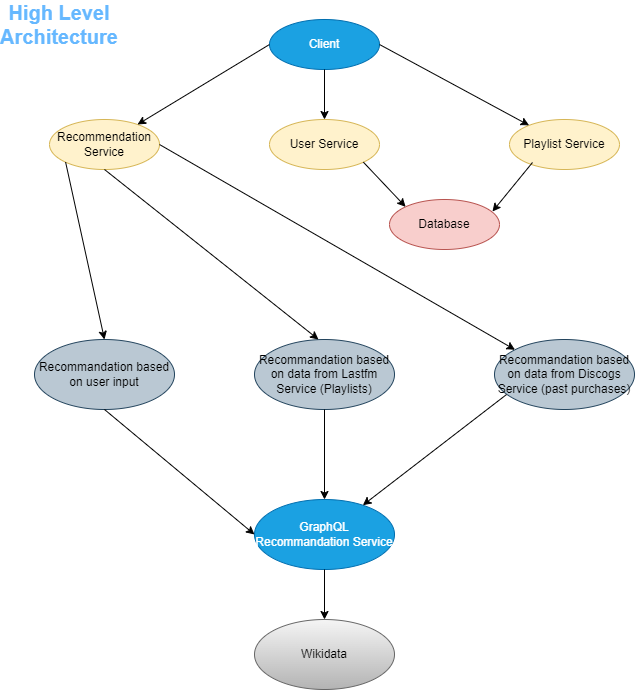
Earlier version of the draw.io export Final Deliverables Solution S/Scholarly HTML technical report/Resources/High Level Architecture.drawio.png (andreiprepelita/VireWade). Source tidied: cells renumbered, new cells last; positions are measured from the earlier drawing's top-left corner, leaving out a move shared by most shapes.
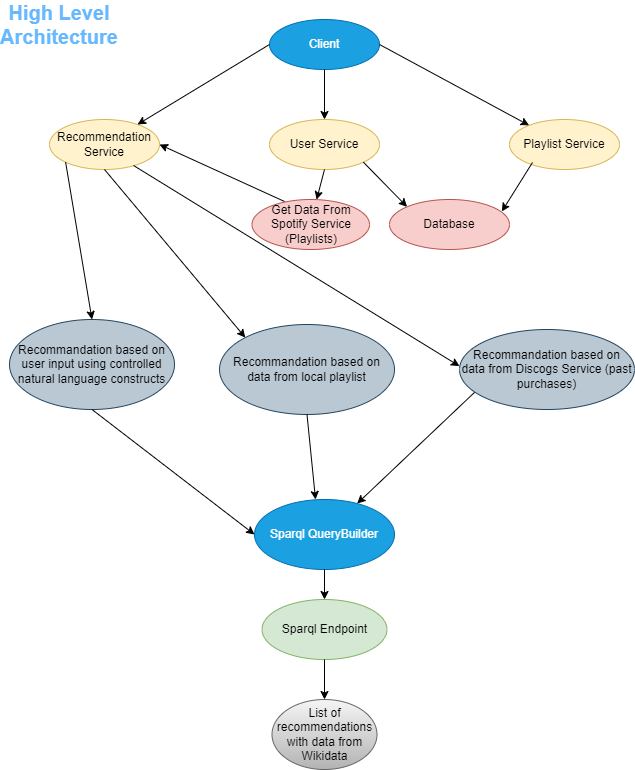
The same file after the commit.

What changed in the source:
```diff
@@ -15,7 +15,7 @@
       <mxGeometry x="480" y="110" width="110" height="50" as="geometry" />
     </mxCell>
     <mxCell id="6" value="Database" style="ellipse;whiteSpace=wrap;html=1;fillColor=#f8cecc;strokeColor=#b85450;" parent="1" vertex="1">
-      <mxGeometry x="360" y="190" width="110" height="50" as="geometry" />
+      <mxGeometry x="360" y="190" width="120" height="50" as="geometry" />
     </mxCell>
     <mxCell id="7" style="endArrow=classic;html=1;rounded=0;exitX=1;exitY=1;exitDx=0;exitDy=0;entryX=0;entryY=0;entryDx=0;entryDy=0;" parent="1" edge="1" source="3" target="6">
       <mxGeometry relative="1" as="geometry" />
@@ -32,44 +32,61 @@
     <mxCell id="11" style="endArrow=classic;html=1;rounded=0;exitX=1;exitY=0.5;exitDx=0;exitDy=0;" parent="1" edge="1" source="2" target="5">
       <mxGeometry relative="1" as="geometry" />
     </mxCell>
-    <mxCell id="12" value="Recommandation based on user input" style="ellipse;whiteSpace=wrap;html=1;fillColor=#bac8d3;strokeColor=#23445d;" parent="1" vertex="1">
-      <mxGeometry x="5" y="330" width="140" height="70" as="geometry" />
+    <mxCell id="12" value="Recommandation based on user input using&amp;nbsp;controlled natural language constructs" style="ellipse;whiteSpace=wrap;html=1;fillColor=#bac8d3;strokeColor=#23445d;" parent="1" vertex="1">
+      <mxGeometry x="-20" y="310" width="165" height="90" as="geometry" />
     </mxCell>
-    <mxCell id="13" value="Recommandation based on data from Lastfm Service (Playlists)" style="ellipse;whiteSpace=wrap;html=1;fillColor=#bac8d3;strokeColor=#23445d;" parent="1" vertex="1">
-      <mxGeometry x="225" y="330" width="140" height="70" as="geometry" />
+    <mxCell id="13" value="Recommandation based on data from local playlist" style="ellipse;whiteSpace=wrap;html=1;fillColor=#bac8d3;strokeColor=#23445d;" parent="1" vertex="1">
+      <mxGeometry x="190" y="315" width="175" height="90" as="geometry" />
     </mxCell>
     <mxCell id="14" value="Recommandation based on data from Discogs Service (past purchases)" style="ellipse;whiteSpace=wrap;html=1;fillColor=#bac8d3;strokeColor=#23445d;" parent="1" vertex="1">
-      <mxGeometry x="465" y="330" width="140" height="70" as="geometry" />
+      <mxGeometry x="430" y="320" width="175" height="80" as="geometry" />
     </mxCell>
     <mxCell id="15" style="endArrow=classic;html=1;rounded=0;exitX=0;exitY=1;exitDx=0;exitDy=0;entryX=0.5;entryY=0;entryDx=0;entryDy=0;" parent="1" edge="1" source="4" target="12">
       <mxGeometry relative="1" as="geometry" />
     </mxCell>
-    <mxCell id="16" style="endArrow=classic;html=1;rounded=0;exitX=0.5;exitY=1;exitDx=0;exitDy=0;entryX=0.457;entryY=0;entryDx=0;entryDy=0;entryPerimeter=0;" parent="1" edge="1" source="4" target="13">
+    <mxCell id="16" style="endArrow=classic;html=1;rounded=0;exitX=0.5;exitY=1;exitDx=0;exitDy=0;entryX=0;entryY=0;entryDx=0;entryDy=0;" parent="1" edge="1" source="4" target="13">
       <mxGeometry relative="1" as="geometry" />
     </mxCell>
-    <mxCell id="17" style="endArrow=classic;html=1;rounded=0;exitX=1;exitY=0.5;exitDx=0;exitDy=0;entryX=0;entryY=0;entryDx=0;entryDy=0;" parent="1" edge="1" source="4" target="14">
-      <mxGeometry relative="1" as="geometry" />
+    <mxCell id="17" style="endArrow=classic;html=1;rounded=0;exitX=0.764;exitY=0.92;exitDx=0;exitDy=0;entryX=0;entryY=0;entryDx=0;entryDy=0;exitPerimeter=0;" parent="1" edge="1" source="4">
+      <mxGeometry relative="1" as="geometry">
+        <mxPoint x="430" y="356.6" as="targetPoint" />
+      </mxGeometry>
     </mxCell>
-    <mxCell id="18" value="GraphQL Recommandation Service" style="ellipse;whiteSpace=wrap;html=1;fillColor=#1ba1e2;fontColor=#ffffff;strokeColor=#006EAF;" parent="1" vertex="1">
+    <mxCell id="18" value="Sparql QueryBuilder" style="ellipse;whiteSpace=wrap;html=1;fillColor=#1ba1e2;fontColor=#ffffff;strokeColor=#006EAF;" parent="1" vertex="1">
       <mxGeometry x="225" y="490" width="140" height="70" as="geometry" />
     </mxCell>
-    <mxCell id="19" value="Wikidata" style="ellipse;whiteSpace=wrap;html=1;fillColor=#f5f5f5;gradientColor=#b3b3b3;strokeColor=#666666;" parent="1" vertex="1">
-      <mxGeometry x="225" y="610" width="140" height="70" as="geometry" />
+    <mxCell id="19" value="List of recommendations with data from Wikidata" style="ellipse;whiteSpace=wrap;html=1;fillColor=#f5f5f5;gradientColor=#b3b3b3;strokeColor=#666666;" parent="1" vertex="1">
+      <mxGeometry x="242.5" y="690" width="105" height="70" as="geometry" />
     </mxCell>
     <mxCell id="20" style="endArrow=classic;html=1;rounded=0;exitX=0.5;exitY=1;exitDx=0;exitDy=0;entryX=0;entryY=0.5;entryDx=0;entryDy=0;" parent="1" edge="1" source="12" target="18">
       <mxGeometry relative="1" as="geometry" />
     </mxCell>
-    <mxCell id="21" style="endArrow=classic;html=1;rounded=0;exitX=0.5;exitY=1;exitDx=0;exitDy=0;entryX=0.5;entryY=0;entryDx=0;entryDy=0;" parent="1" edge="1" source="13" target="18">
+    <mxCell id="21" style="endArrow=classic;html=1;rounded=0;exitX=0.5;exitY=1;exitDx=0;exitDy=0;entryX=0.436;entryY=0;entryDx=0;entryDy=0;entryPerimeter=0;" parent="1" edge="1" source="13" target="18">
       <mxGeometry relative="1" as="geometry" />
     </mxCell>
     <mxCell id="22" style="endArrow=classic;html=1;rounded=0;exitX=0.086;exitY=0.786;exitDx=0;exitDy=0;exitPerimeter=0;" parent="1" edge="1" source="14" target="18">
       <mxGeometry relative="1" as="geometry" />
     </mxCell>
-    <mxCell id="23" style="endArrow=classic;html=1;rounded=0;exitX=0.5;exitY=1;exitDx=0;exitDy=0;entryX=0.5;entryY=0;entryDx=0;entryDy=0;" parent="1" edge="1" source="18" target="19">
-      <mxGeometry relative="1" as="geometry" />
-    </mxCell>
     <mxCell id="24" value="&lt;font color=&quot;#66b8ff&quot; style=&quot;font-size: 20px;&quot;&gt;&lt;b&gt;High Level Architecture&lt;/b&gt;&lt;/font&gt;" style="text;html=1;strokeColor=none;fillColor=none;align=center;verticalAlign=middle;whiteSpace=wrap;rounded=0;" parent="1" vertex="1">
       <mxGeometry width="60" height="30" as="geometry" />
     </mxCell>
+    <mxCell id="25" value="Sparql Endpoint" style="ellipse;whiteSpace=wrap;html=1;fillColor=#d5e8d4;strokeColor=#82b366;" parent="1" vertex="1">
+      <mxGeometry x="232.5" y="590" width="125" height="60" as="geometry" />
+    </mxCell>
+    <mxCell id="26" style="endArrow=classic;html=1;rounded=0;exitX=0.5;exitY=1;exitDx=0;exitDy=0;entryX=0.5;entryY=0;entryDx=0;entryDy=0;" parent="1" edge="1" source="18" target="25">
+      <mxGeometry relative="1" as="geometry" />
+    </mxCell>
+    <mxCell id="27" style="endArrow=classic;html=1;rounded=0;exitX=0.5;exitY=1;exitDx=0;exitDy=0;entryX=0.5;entryY=0;entryDx=0;entryDy=0;" parent="1" edge="1" source="25" target="19">
+      <mxGeometry relative="1" as="geometry" />
+    </mxCell>
+    <mxCell id="28" value="Get Data From Spotify Service (Playlists)" style="ellipse;whiteSpace=wrap;html=1;fillColor=#f8cecc;strokeColor=#b85450;" parent="1" vertex="1">
+      <mxGeometry x="222.5" y="190" width="117.5" height="50" as="geometry" />
+    </mxCell>
+    <mxCell id="29" style="endArrow=classic;html=1;rounded=0;exitX=0.5;exitY=1;exitDx=0;exitDy=0;" parent="1" edge="1" source="3" target="28">
+      <mxGeometry relative="1" as="geometry" />
+    </mxCell>
+    <mxCell id="30" style="endArrow=classic;html=1;rounded=0;exitX=0.277;exitY=0.04;exitDx=0;exitDy=0;entryX=1;entryY=0.5;entryDx=0;entryDy=0;exitPerimeter=0;" parent="1" edge="1" source="28" target="4">
+      <mxGeometry relative="1" as="geometry" />
+    </mxCell>
   </root>
 </mxGraphModel>
```
